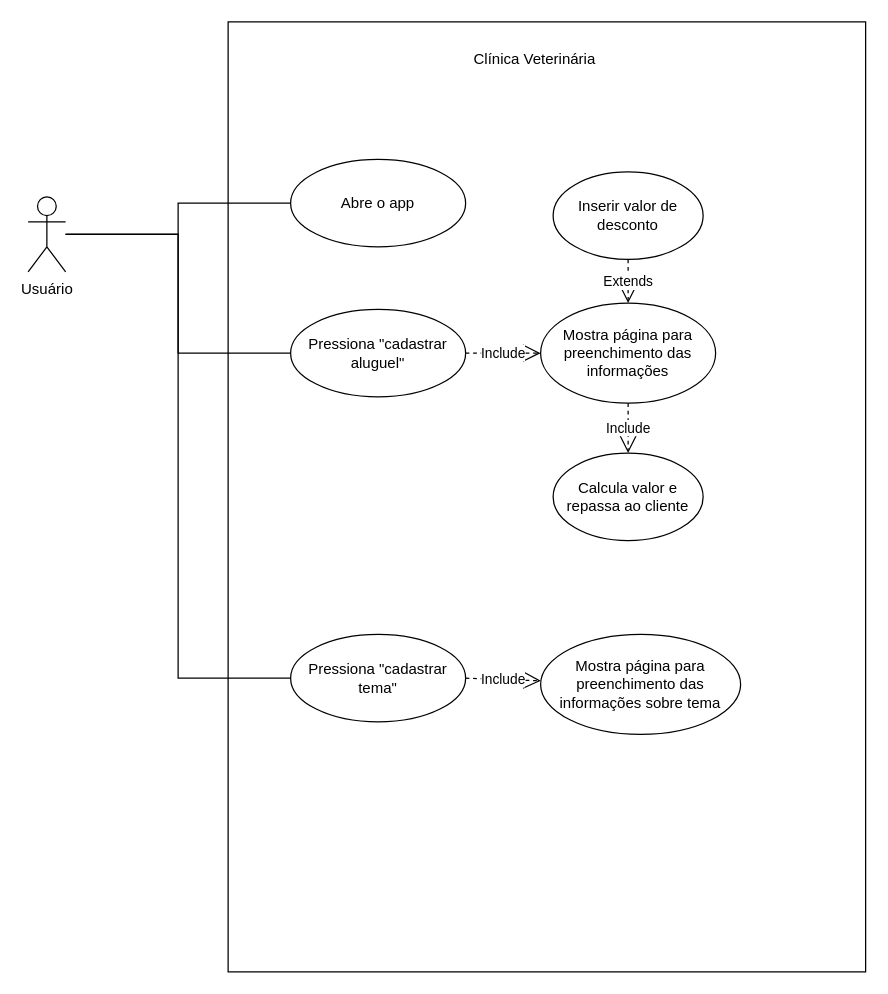
Above: Atividade 03 - Caso de Uso.drawio in bruniculos08/AMS0001 (draw.io), before the change. Source tidied: cells renumbered, new cells numbered last; positions are measured from the earlier drawing's top-left corner, leaving out a move shared by most shapes. Both pictures are drawn from the tidied source at 125%, with x=0, y=0 at pixel (28, 21).
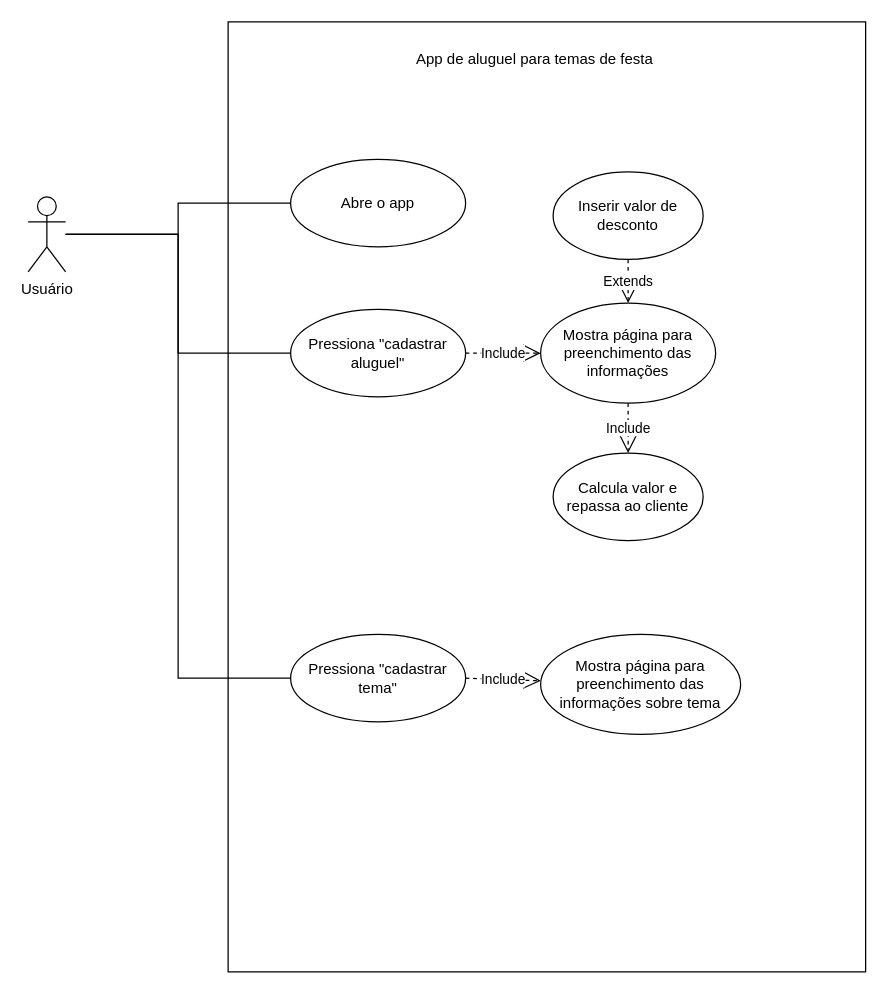
The same page after the edit.

What changed in the source:
```diff
@@
 <mxGraphModel>
   <root>
     <mxCell id="0" />
     <mxCell id="1" parent="0" />
     <mxCell id="2" style="html=1;" parent="1" vertex="1">
       <mxGeometry x="160" width="510" height="760" as="geometry" />
     </mxCell>
     <mxCell id="3" value="Pressiona &quot;cadastrar aluguel&quot;" style="ellipse;whiteSpace=wrap;html=1;" parent="1" vertex="1">
       <mxGeometry x="210" y="230" width="140" height="70" as="geometry" />
     </mxCell>
-    <mxCell id="4" value="Clínica Veterinária" style="text;html=1;align=center;verticalAlign=middle;fillColor=none;strokeColor=none;rounded=0;" parent="1" vertex="1">
-      <mxGeometry x="350" y="20" width="110" height="20" as="geometry" />
+    <mxCell id="4" value="App de aluguel para temas de festa" style="text;html=1;align=center;verticalAlign=middle;fillColor=none;strokeColor=none;rounded=0;" parent="1" vertex="1">
+      <mxGeometry x="305" y="20" width="200" height="20" as="geometry" />
     </mxCell>
     <mxCell id="5" value="Mostra página para preenchimento das informações" style="ellipse;whiteSpace=wrap;html=1;" parent="1" vertex="1">
       <mxGeometry x="410" y="225" width="140" height="80" as="geometry" />
     </mxCell>
     <mxCell id="6" value="Include" style="endArrow=open;endSize=12;dashed=1;html=1;rounded=0;exitX=1;exitY=0.5;exitDx=0;exitDy=0;entryX=0;entryY=0.5;entryDx=0;entryDy=0;" parent="1" edge="1" source="3" target="5">
       <mxGeometry relative="1" as="geometry" />
     </mxCell>
     <mxCell id="7" value="Inserir valor de desconto" style="ellipse;whiteSpace=wrap;html=1;" parent="1" vertex="1">
       <mxGeometry x="420" y="120" width="120" height="70" as="geometry" />
     </mxCell>
     <mxCell id="8" value="Extends" style="endArrow=open;endSize=12;dashed=1;html=1;rounded=0;" parent="1" edge="1" source="7" target="5">
       <mxGeometry relative="1" as="geometry" />
     </mxCell>
     <mxCell id="9" style="edgeStyle=orthogonalEdgeStyle;rounded=0;jettySize=auto;html=1;entryX=0;entryY=0.5;entryDx=0;entryDy=0;endArrow=none;endFill=0;" parent="1" edge="1" source="12" target="3">
       <mxGeometry relative="1" as="geometry" />
     </mxCell>
     <mxCell id="10" style="edgeStyle=orthogonalEdgeStyle;rounded=0;jettySize=auto;html=1;entryX=0;entryY=0.5;entryDx=0;entryDy=0;endArrow=none;endFill=0;" parent="1" edge="1" source="12" target="13">
       <mxGeometry relative="1" as="geometry" />
     </mxCell>
     <mxCell id="11" style="edgeStyle=orthogonalEdgeStyle;rounded=0;jettySize=auto;html=1;entryX=0;entryY=0.5;entryDx=0;entryDy=0;endArrow=none;endFill=0;" parent="1" edge="1" source="12" target="14">
       <mxGeometry relative="1" as="geometry" />
     </mxCell>
     <mxCell id="12" value="Usuário" style="shape=umlActor;verticalLabelPosition=bottom;verticalAlign=top;html=1;" parent="1" vertex="1">
       <mxGeometry y="140" width="30" height="60" as="geometry" />
     </mxCell>
     <mxCell id="13" value="Abre o app" style="ellipse;whiteSpace=wrap;html=1;" parent="1" vertex="1">
       <mxGeometry x="210" y="110" width="140" height="70" as="geometry" />
     </mxCell>
     <mxCell id="14" value="Pressiona &quot;cadastrar tema&quot;" style="ellipse;whiteSpace=wrap;html=1;" parent="1" vertex="1">
       <mxGeometry x="210" y="490" width="140" height="70" as="geometry" />
     </mxCell>
     <mxCell id="15" value="Mostra página para preenchimento das informações sobre tema" style="ellipse;whiteSpace=wrap;html=1;" parent="1" vertex="1">
       <mxGeometry x="410" y="490" width="160" height="80" as="geometry" />
     </mxCell>
     <mxCell id="16" value="Include" style="endArrow=open;endSize=12;dashed=1;html=1;rounded=0;exitX=1;exitY=0.5;exitDx=0;exitDy=0;" parent="1" edge="1" source="14" target="15">
       <mxGeometry relative="1" as="geometry" />
     </mxCell>
     <mxCell id="17" value="Calcula valor e repassa ao cliente" style="ellipse;whiteSpace=wrap;html=1;" parent="1" vertex="1">
       <mxGeometry x="420" y="345" width="120" height="70" as="geometry" />
     </mxCell>
     <mxCell id="18" value="Include" style="endArrow=open;endSize=12;dashed=1;html=1;rounded=0;exitX=0.5;exitY=1;exitDx=0;exitDy=0;entryX=0.5;entryY=0;entryDx=0;entryDy=0;" parent="1" edge="1" source="5" target="17">
       <mxGeometry relative="1" as="geometry" />
     </mxCell>
   </root>
 </mxGraphModel>
```
